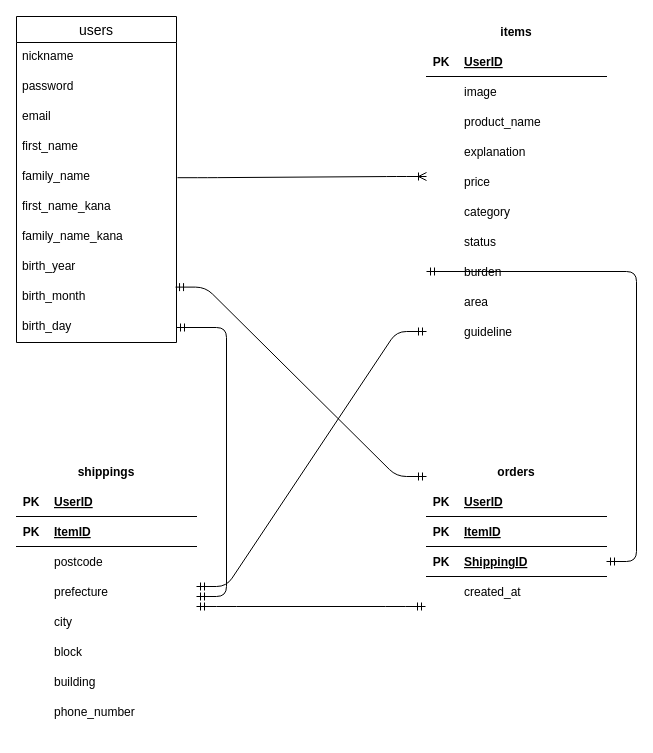
kenichimori1127/furima-32095 keeps this draw.io diagram as furima.dio. Above is the earlier version. Source tidied: cells renumbered, new cells numbered last; positions are measured from the earlier drawing's top-left corner, leaving out a move shared by most shapes. Both pictures are drawn from the tidied source at 100%, with x=0, y=0 at pixel (16, 16).
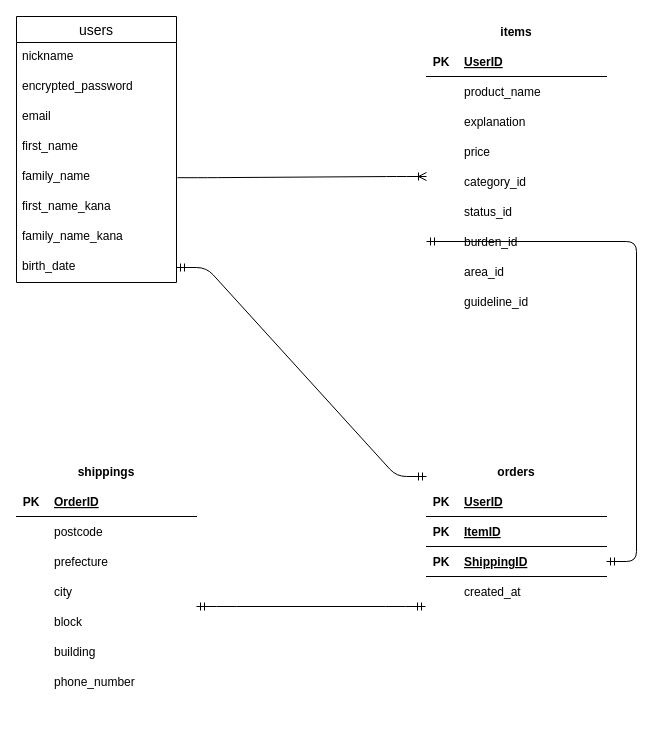
The same page after the edit.

Commit message (it also covers changes not shown here):
修正(ER図・データベース設計)

The change refers to these unchanged cells:
```xml
<mxCell id="69" value="orders" style="shape=table;startSize=30;childLayout=tableLayout;rowLines=0;fontStyle=1;align=center;strokeColor=#FFFFFF;" parent="1" vertex="1">
  <mxGeometry x="410" y="440" width="180" height="160" as="geometry" />
</mxCell>
```

What changed in the source:
```diff
@@
     <mxCell id="2" value="users" style="swimlane;fontStyle=0;horizontal=1;startSize=26;align=center;fontSize=14;" parent="1" vertex="1">
-      <mxGeometry width="160" height="326" as="geometry" />
+      <mxGeometry width="160" height="266" as="geometry" />
     </mxCell>
@@
-    <mxCell id="4" value="password" style="text;strokeColor=none;fillColor=none;spacingLeft=4;spacingRight=4;overflow=hidden;fontSize=12;" parent="2" vertex="1">
+    <mxCell id="4" value="encrypted_password" style="text;strokeColor=none;fillColor=none;spacingLeft=4;spacingRight=4;overflow=hidden;fontSize=12;" parent="2" vertex="1">
       <mxGeometry y="56" width="160" height="30" as="geometry" />
     </mxCell>
@@
-    <mxCell id="10" value="birth_year " style="text;strokeColor=none;fillColor=none;spacingLeft=4;spacingRight=4;overflow=hidden;points=[[0,0.5],[1,0.5]];portConstraint=eastwest;fontSize=12;" parent="2" vertex="1">
+    <mxCell id="10" value="birth_date" style="text;strokeColor=none;fillColor=none;spacingLeft=4;spacingRight=4;overflow=hidden;points=[[0,0.5],[1,0.5]];portConstraint=eastwest;fontSize=12;" parent="2" vertex="1">
       <mxGeometry y="236" width="160" height="30" as="geometry" />
     </mxCell>
-    <mxCell id="11" value="birth_month" style="text;strokeColor=none;fillColor=none;spacingLeft=4;spacingRight=4;overflow=hidden;points=[[0,0.5],[1,0.5]];portConstraint=eastwest;fontSize=12;" parent="2" vertex="1">
-      <mxGeometry y="266" width="160" height="30" as="geometry" />
-    </mxCell>
-    <mxCell id="12" value="birth_day" style="text;strokeColor=none;fillColor=none;spacingLeft=4;spacingRight=4;overflow=hidden;points=[[0,0.5],[1,0.5]];portConstraint=eastwest;fontSize=12;" parent="2" vertex="1">
-      <mxGeometry y="296" width="160" height="30" as="geometry" />
-    </mxCell>
     <mxCell id="13" value="items" style="shape=table;startSize=30;childLayout=tableLayout;rowLines=0;fontStyle=1;align=center;strokeColor=#FFFFFF;" parent="1" vertex="1">
-      <mxGeometry x="410" width="180" height="340" as="geometry" />
+      <mxGeometry x="410" width="180" height="310" as="geometry" />
     </mxCell>
@@
-    <mxCell id="17" style="shape=partialRectangle;fillColor=none;top=0;left=0;bottom=0;right=0;" parent="13" vertex="1">
-      <mxGeometry y="60" width="180" height="30" as="geometry" />
-    </mxCell>
-    <mxCell id="18" style="shape=partialRectangle;fillColor=none;top=0;left=0;bottom=0;right=0;overflow=hidden;" parent="17" vertex="1">
-      <mxGeometry width="30" height="30" as="geometry" />
-    </mxCell>
-    <mxCell id="19" value="image" style="shape=partialRectangle;fillColor=none;top=0;left=0;bottom=0;right=0;align=left;spacingLeft=6;overflow=hidden;" parent="17" vertex="1">
-      <mxGeometry x="30" width="150" height="30" as="geometry" />
-    </mxCell>
     <mxCell id="20" style="shape=partialRectangle;fillColor=none;top=0;left=0;bottom=0;right=0;" parent="13" vertex="1">
-      <mxGeometry y="90" width="180" height="30" as="geometry" />
+      <mxGeometry y="60" width="180" height="30" as="geometry" />
     </mxCell>
@@
     <mxCell id="23" style="shape=partialRectangle;fillColor=none;top=0;left=0;bottom=0;right=0;" parent="13" vertex="1">
-      <mxGeometry y="120" width="180" height="30" as="geometry" />
+      <mxGeometry y="90" width="180" height="30" as="geometry" />
     </mxCell>
@@
     <mxCell id="26" style="shape=partialRectangle;fillColor=none;top=0;left=0;bottom=0;right=0;" parent="13" vertex="1">
-      <mxGeometry y="150" width="180" height="30" as="geometry" />
+      <mxGeometry y="120" width="180" height="30" as="geometry" />
     </mxCell>
@@
     <mxCell id="29" style="shape=partialRectangle;fillColor=none;top=0;left=0;bottom=0;right=0;" parent="13" vertex="1">
-      <mxGeometry y="180" width="180" height="30" as="geometry" />
+      <mxGeometry y="150" width="180" height="30" as="geometry" />
     </mxCell>
@@
-    <mxCell id="31" value="category" style="shape=partialRectangle;fillColor=none;top=0;left=0;bottom=0;right=0;align=left;spacingLeft=6;overflow=hidden;" parent="29" vertex="1">
+    <mxCell id="31" value="category_id" style="shape=partialRectangle;fillColor=none;top=0;left=0;bottom=0;right=0;align=left;spacingLeft=6;overflow=hidden;" parent="29" vertex="1">
       <mxGeometry x="30" width="150" height="30" as="geometry" />
     </mxCell>
     <mxCell id="32" style="shape=partialRectangle;fillColor=none;top=0;left=0;bottom=0;right=0;" parent="13" vertex="1">
-      <mxGeometry y="210" width="180" height="30" as="geometry" />
+      <mxGeometry y="180" width="180" height="30" as="geometry" />
     </mxCell>
@@
-    <mxCell id="34" value="status" style="shape=partialRectangle;fillColor=none;top=0;left=0;bottom=0;right=0;align=left;spacingLeft=6;overflow=hidden;" parent="32" vertex="1">
+    <mxCell id="34" value="status_id" style="shape=partialRectangle;fillColor=none;top=0;left=0;bottom=0;right=0;align=left;spacingLeft=6;overflow=hidden;" parent="32" vertex="1">
       <mxGeometry x="30" width="150" height="30" as="geometry" />
     </mxCell>
     <mxCell id="35" style="shape=partialRectangle;fillColor=none;top=0;left=0;bottom=0;right=0;points=[[0,0.5],[1,0.5]];portConstraint=eastwest;" parent="13" vertex="1">
-      <mxGeometry y="240" width="180" height="30" as="geometry" />
+      <mxGeometry y="210" width="180" height="30" as="geometry" />
     </mxCell>
@@
-    <mxCell id="37" value="burden" style="shape=partialRectangle;fillColor=none;top=0;left=0;bottom=0;right=0;align=left;spacingLeft=6;overflow=hidden;" parent="35" vertex="1">
+    <mxCell id="37" value="burden_id" style="shape=partialRectangle;fillColor=none;top=0;left=0;bottom=0;right=0;align=left;spacingLeft=6;overflow=hidden;" parent="35" vertex="1">
       <mxGeometry x="30" width="150" height="30" as="geometry" />
     </mxCell>
     <mxCell id="38" style="shape=partialRectangle;fillColor=none;top=0;left=0;bottom=0;right=0;" parent="13" vertex="1">
-      <mxGeometry y="270" width="180" height="30" as="geometry" />
+      <mxGeometry y="240" width="180" height="30" as="geometry" />
     </mxCell>
@@
-    <mxCell id="40" value="area" style="shape=partialRectangle;fillColor=none;top=0;left=0;bottom=0;right=0;align=left;spacingLeft=6;overflow=hidden;" parent="38" vertex="1">
+    <mxCell id="40" value="area_id" style="shape=partialRectangle;fillColor=none;top=0;left=0;bottom=0;right=0;align=left;spacingLeft=6;overflow=hidden;" parent="38" vertex="1">
       <mxGeometry x="30" width="150" height="30" as="geometry" />
     </mxCell>
     <mxCell id="41" style="shape=partialRectangle;fillColor=none;top=0;left=0;bottom=0;right=0;points=[[0,0.5],[1,0.5]];portConstraint=eastwest;" parent="13" vertex="1">
-      <mxGeometry y="300" width="180" height="30" as="geometry" />
+      <mxGeometry y="270" width="180" height="30" as="geometry" />
     </mxCell>
@@
-    <mxCell id="43" value="guideline" style="shape=partialRectangle;fillColor=none;top=0;left=0;bottom=0;right=0;align=left;spacingLeft=6;overflow=hidden;" parent="41" vertex="1">
+    <mxCell id="43" value="guideline_id" style="shape=partialRectangle;fillColor=none;top=0;left=0;bottom=0;right=0;align=left;spacingLeft=6;overflow=hidden;" parent="41" vertex="1">
       <mxGeometry x="30" width="150" height="30" as="geometry" />
     </mxCell>
     <mxCell id="44" value="shippings" style="shape=table;startSize=30;childLayout=tableLayout;rowLines=0;fontStyle=1;align=center;strokeColor=#FFFFFF;" parent="1" vertex="1">
-      <mxGeometry y="440" width="180" height="280" as="geometry" />
+      <mxGeometry y="440" width="180" height="250" as="geometry" />
     </mxCell>
-    <mxCell id="45" style="shape=partialRectangle;fillColor=none;top=0;left=0;bottom=1;right=0;" parent="44" vertex="1">
-      <mxGeometry y="30" width="180" height="30" as="geometry" />
-    </mxCell>
-    <mxCell id="46" value="PK" style="shape=partialRectangle;fillColor=none;top=0;left=0;bottom=0;right=0;fontStyle=1;overflow=hidden;" parent="45" vertex="1">
-      <mxGeometry width="30" height="30" as="geometry" />
-    </mxCell>
-    <mxCell id="47" value="UserID" style="shape=partialRectangle;fillColor=none;top=0;left=0;bottom=0;right=0;align=left;spacingLeft=6;fontStyle=5;overflow=hidden;" parent="45" vertex="1">
-      <mxGeometry x="30" width="150" height="30" as="geometry" />
-    </mxCell>
     <mxCell id="48" style="shape=partialRectangle;fillColor=none;top=0;left=0;bottom=1;right=0;" parent="44" vertex="1">
-      <mxGeometry y="60" width="180" height="30" as="geometry" />
+      <mxGeometry y="30" width="180" height="30" as="geometry" />
     </mxCell>
@@
-    <mxCell id="50" value="ItemID" style="shape=partialRectangle;fillColor=none;top=0;left=0;bottom=0;right=0;align=left;spacingLeft=6;fontStyle=5;overflow=hidden;" parent="48" vertex="1">
+    <mxCell id="50" value="OrderID" style="shape=partialRectangle;fillColor=none;top=0;left=0;bottom=0;right=0;align=left;spacingLeft=6;fontStyle=5;overflow=hidden;" parent="48" vertex="1">
       <mxGeometry x="30" width="150" height="30" as="geometry" />
     </mxCell>
     <mxCell id="51" style="shape=partialRectangle;fillColor=none;top=0;left=0;bottom=0;right=0;" parent="44" vertex="1">
-      <mxGeometry y="90" width="180" height="30" as="geometry" />
+      <mxGeometry y="60" width="180" height="30" as="geometry" />
     </mxCell>
@@
     <mxCell id="54" style="shape=partialRectangle;fillColor=none;top=0;left=0;bottom=0;right=0;" parent="44" vertex="1">
-      <mxGeometry y="120" width="180" height="30" as="geometry" />
+      <mxGeometry y="90" width="180" height="30" as="geometry" />
     </mxCell>
@@
     <mxCell id="57" style="shape=partialRectangle;fillColor=none;top=0;left=0;bottom=0;right=0;" parent="44" vertex="1">
-      <mxGeometry y="150" width="180" height="30" as="geometry" />
+      <mxGeometry y="120" width="180" height="30" as="geometry" />
     </mxCell>
@@
     <mxCell id="60" style="shape=partialRectangle;fillColor=none;top=0;left=0;bottom=0;right=0;" parent="44" vertex="1">
-      <mxGeometry y="180" width="180" height="30" as="geometry" />
+      <mxGeometry y="150" width="180" height="30" as="geometry" />
     </mxCell>
@@
     <mxCell id="63" style="shape=partialRectangle;fillColor=none;top=0;left=0;bottom=0;right=0;" parent="44" vertex="1">
-      <mxGeometry y="210" width="180" height="30" as="geometry" />
+      <mxGeometry y="180" width="180" height="30" as="geometry" />
     </mxCell>
@@
     <mxCell id="66" style="shape=partialRectangle;fillColor=none;top=0;left=0;bottom=0;right=0;" parent="44" vertex="1">
-      <mxGeometry y="240" width="180" height="30" as="geometry" />
+      <mxGeometry y="210" width="180" height="30" as="geometry" />
     </mxCell>
@@
-    <mxCell id="84" style="edgeStyle=entityRelationEdgeStyle;fontSize=12;html=1;endArrow=ERmandOne;startArrow=ERmandOne;entryX=0;entryY=0.125;entryDx=0;entryDy=0;entryPerimeter=0;exitX=0.994;exitY=0.154;exitDx=0;exitDy=0;exitPerimeter=0;" parent="1" edge="1" source="11" target="69">
+    <mxCell id="84" style="edgeStyle=entityRelationEdgeStyle;fontSize=12;html=1;endArrow=ERmandOne;startArrow=ERmandOne;entryX=0;entryY=0.125;entryDx=0;entryDy=0;entryPerimeter=0;exitX=1;exitY=0.5;exitDx=0;exitDy=0;" parent="1" edge="1" source="10" target="69">
       <mxGeometry relative="1" as="geometry" />
     </mxCell>
-    <mxCell id="85" style="edgeStyle=entityRelationEdgeStyle;fontSize=12;html=1;endArrow=ERmandOne;startArrow=ERmandOne;" parent="1" edge="1" source="12" target="44">
-      <mxGeometry relative="1" as="geometry" />
-    </mxCell>
-    <mxCell id="86" style="edgeStyle=entityRelationEdgeStyle;fontSize=12;html=1;endArrow=ERmandOne;startArrow=ERmandOne;entryX=0;entryY=0.5;entryDx=0;entryDy=0;" parent="1" edge="1" target="41">
-      <mxGeometry relative="1" as="geometry">
-        <mxPoint x="180" y="570" as="sourcePoint" />
-      </mxGeometry>
-    </mxCell>
```
